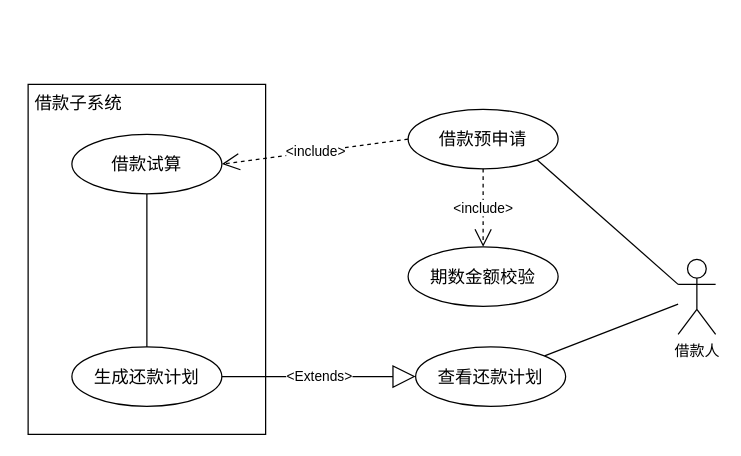
Above: 借款试算用例图.drawio in wuxiao-web/graduationThesis (draw.io), before the change. Source tidied: cells renumbered, new cells numbered last; positions are measured from the earlier drawing's top-left corner, leaving out a move shared by most shapes. Both pictures are drawn from the tidied source at 125%, with x=0, y=0 at pixel (21, 84).
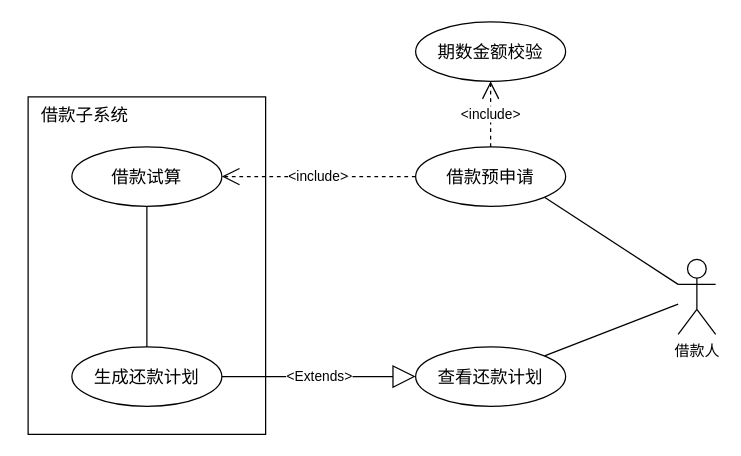
The same diagram, later.

Commit message:
更新借款试算用例图.drawio

What changed in the source:
```diff
@@
 <mxGraphModel>
   <root>
     <mxCell id="0" />
     <mxCell id="1" parent="0" />
     <mxCell id="2" style="html=1;whiteSpace=wrap;" parent="1" vertex="1">
-      <mxGeometry x="5" width="190" height="280" as="geometry" />
+      <mxGeometry x="5" y="10" width="190" height="270" as="geometry" />
     </mxCell>
     <mxCell id="3" value="&lt;font style=&quot;font-size: 14px;&quot;&gt;借款子系统&lt;/font&gt;" style="text;html=1;align=center;verticalAlign=middle;strokeColor=none;fillColor=none;" parent="1" vertex="1">
-      <mxGeometry width="90" height="30" as="geometry" />
+      <mxGeometry x="5" y="10" width="90" height="30" as="geometry" />
     </mxCell>
     <mxCell id="4" style="edgeStyle=orthogonalEdgeStyle;rounded=0;jettySize=auto;html=1;entryX=0.5;entryY=0;entryDx=0;entryDy=0;endArrow=none;endFill=0;" parent="1" edge="1" source="5" target="6">
       <mxGeometry relative="1" as="geometry" />
     </mxCell>
     <mxCell id="5" value="&lt;span style=&quot;font-size: 14px;&quot;&gt;借款试算&lt;/span&gt;" style="ellipse;whiteSpace=wrap;html=1;" parent="1" vertex="1">
-      <mxGeometry x="40" y="40" width="120" height="47.5" as="geometry" />
+      <mxGeometry x="40" y="50" width="120" height="47.5" as="geometry" />
     </mxCell>
     <mxCell id="6" value="&lt;span style=&quot;font-size: 14px;&quot;&gt;生成还款计划&lt;/span&gt;" style="ellipse;whiteSpace=wrap;html=1;" parent="1" vertex="1">
       <mxGeometry x="40" y="210" width="120" height="47.5" as="geometry" />
     </mxCell>
     <mxCell id="7" value="&lt;span style=&quot;font-size: 14px;&quot;&gt;查看还款计划&lt;/span&gt;" style="ellipse;whiteSpace=wrap;html=1;" parent="1" vertex="1">
       <mxGeometry x="315" y="210" width="120" height="47.5" as="geometry" />
     </mxCell>
     <mxCell id="8" style="rounded=0;jettySize=auto;html=1;endArrow=none;endFill=0;" parent="1" edge="1" source="10" target="7">
       <mxGeometry relative="1" as="geometry" />
     </mxCell>
     <mxCell id="9" style="rounded=0;jettySize=auto;html=1;entryX=1;entryY=1;entryDx=0;entryDy=0;exitX=0;exitY=0.3333333333333333;exitDx=0;exitDy=0;exitPerimeter=0;endArrow=none;endFill=0;" parent="1" edge="1" source="10" target="11">
       <mxGeometry relative="1" as="geometry" />
     </mxCell>
     <mxCell id="10" value="借款人" style="shape=umlActor;verticalLabelPosition=bottom;verticalAlign=top;html=1;" parent="1" vertex="1">
       <mxGeometry x="525" y="140" width="30" height="60" as="geometry" />
     </mxCell>
     <mxCell id="11" value="&lt;span style=&quot;font-size: 14px;&quot;&gt;借款预申请&lt;/span&gt;" style="ellipse;whiteSpace=wrap;html=1;" parent="1" vertex="1">
-      <mxGeometry x="309" y="20" width="120" height="47.5" as="geometry" />
+      <mxGeometry x="315" y="50" width="120" height="47.5" as="geometry" />
     </mxCell>
-    <mxCell id="12" value="&amp;lt;include&amp;gt;" style="endArrow=open;endSize=12;dashed=1;html=1;rounded=0;exitX=0.5;exitY=1;exitDx=0;exitDy=0;" parent="1" edge="1" source="11" target="15">
+    <mxCell id="12" value="&amp;lt;include&amp;gt;" style="endArrow=open;endSize=12;dashed=1;html=1;rounded=0;exitX=0.5;exitY=0;exitDx=0;exitDy=0;" parent="1" edge="1" source="11" target="15">
       <mxGeometry relative="1" as="geometry" />
     </mxCell>
     <mxCell id="13" value="&amp;lt;Extends&amp;gt;" style="endArrow=block;endSize=16;endFill=0;html=1;rounded=0;entryX=0;entryY=0.5;entryDx=0;entryDy=0;exitX=1;exitY=0.5;exitDx=0;exitDy=0;" parent="1" edge="1" source="6" target="7">
       <mxGeometry relative="1" as="geometry" />
     </mxCell>
     <mxCell id="14" value="&amp;lt;include&amp;gt;" style="endArrow=open;endSize=12;dashed=1;html=1;rounded=0;entryX=1;entryY=0.5;entryDx=0;entryDy=0;exitX=0;exitY=0.5;exitDx=0;exitDy=0;" parent="1" edge="1" source="11" target="5">
       <mxGeometry relative="1" as="geometry" />
     </mxCell>
     <mxCell id="15" value="&lt;span style=&quot;font-size: 14px;&quot;&gt;期数金额校验&lt;/span&gt;" style="ellipse;whiteSpace=wrap;html=1;" parent="1" vertex="1">
-      <mxGeometry x="309" y="130" width="120" height="47.5" as="geometry" />
+      <mxGeometry x="315" y="-50" width="120" height="47.5" as="geometry" />
     </mxCell>
   </root>
 </mxGraphModel>
```
